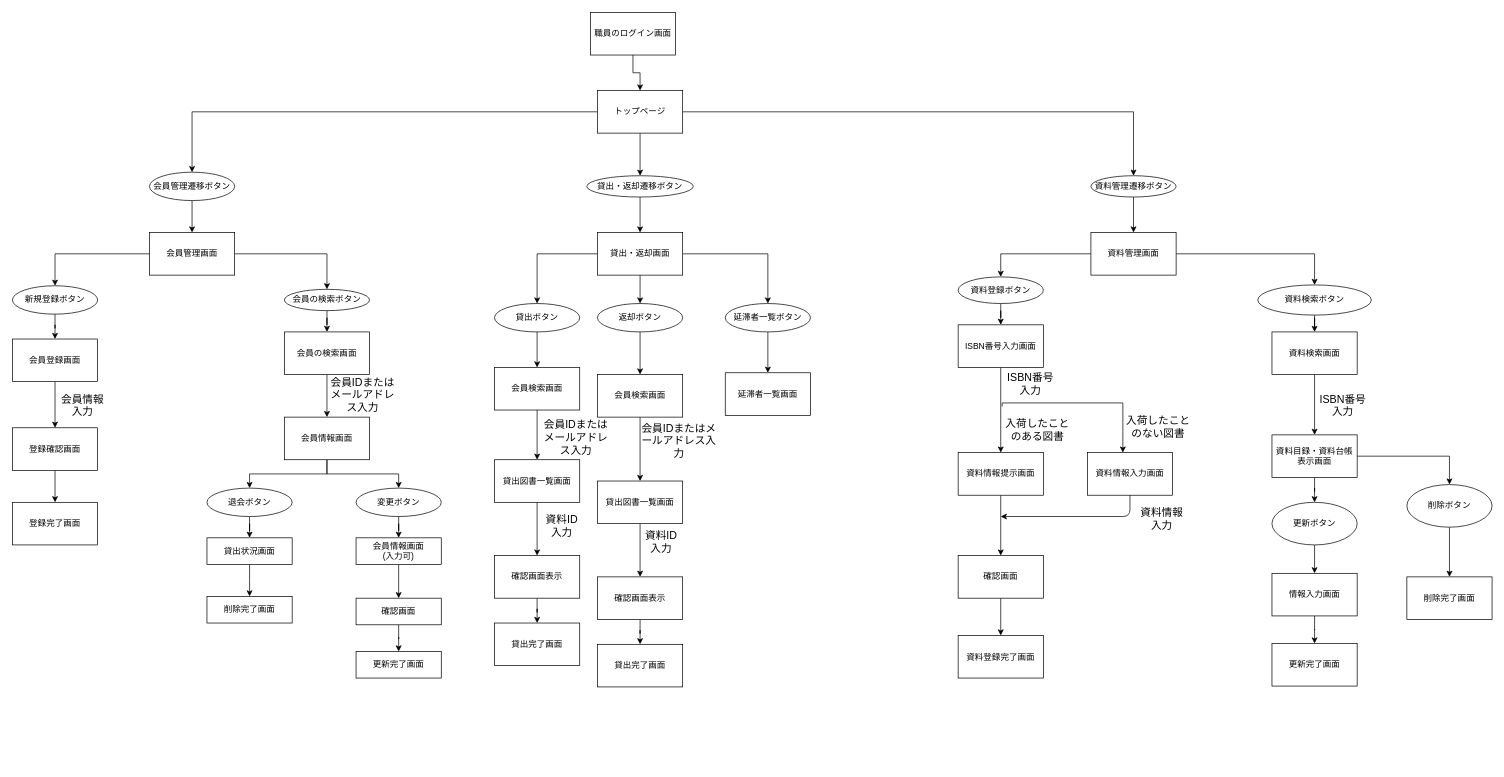
Earlier version of the draw.io diagram 開発演習ドキュメント/図書管理システム/成果物テンプレート/20_外部設計/画面遷移図.drawio (LovesPython/LibraryManagementSystem). Source tidied: cells renumbered, new cells numbered last; positions are measured from the earlier drawing's top-left corner, leaving out a move shared by most shapes. Both pictures are drawn from the tidied source at 71%, with x=0, y=0 at pixel (12, 12).
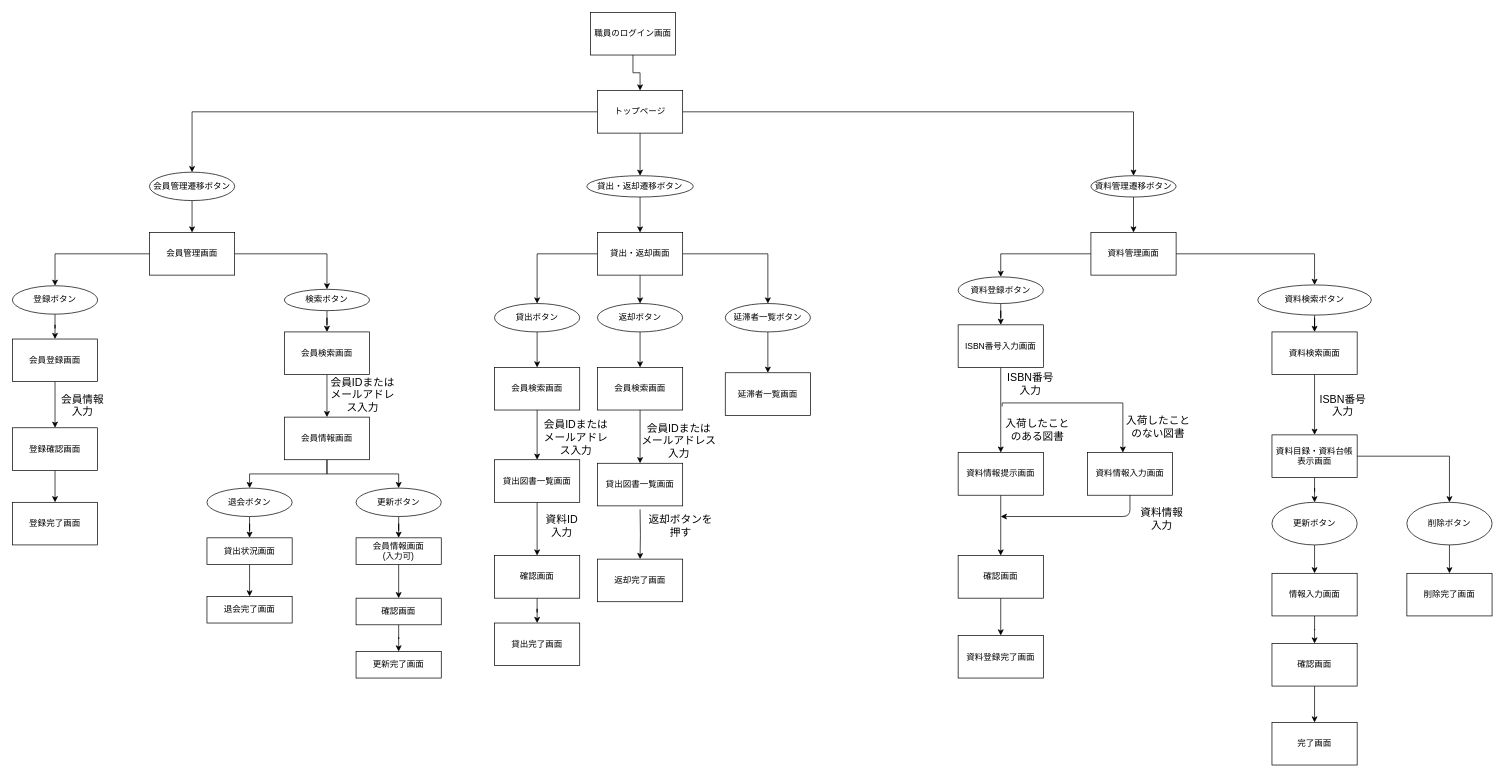
The same page after the edit.

Commit message:
画面遷移図表記修正

What changed in the source:
```diff
@@
-    <mxCell id="9" value="新規登録ボタン" style="ellipse;whiteSpace=wrap;html=1;" parent="1" vertex="1">
+    <mxCell id="9" value="登録ボタン" style="ellipse;whiteSpace=wrap;html=1;" parent="1" vertex="1">
       <mxGeometry y="385" width="120" height="40" as="geometry" />
     </mxCell>
@@
-    <mxCell id="27" value="会員の検索ボタン" style="ellipse;whiteSpace=wrap;html=1;rounded=0;" parent="1" vertex="1">
+    <mxCell id="27" value="検索ボタン" style="ellipse;whiteSpace=wrap;html=1;rounded=0;" parent="1" vertex="1">
       <mxGeometry x="383" y="390" width="120" height="30" as="geometry" />
     </mxCell>
@@
-    <mxCell id="33" value="会員の検索画面" style="whiteSpace=wrap;html=1;rounded=0;" parent="1" vertex="1">
+    <mxCell id="33" value="会員検索画面" style="whiteSpace=wrap;html=1;rounded=0;" parent="1" vertex="1">
       <mxGeometry x="383" y="450" width="120" height="60" as="geometry" />
     </mxCell>
@@
-    <mxCell id="57" value="確認画面表示" style="whiteSpace=wrap;html=1;rounded=0;" parent="1" vertex="1">
+    <mxCell id="57" value="確認画面" style="whiteSpace=wrap;html=1;rounded=0;" parent="1" vertex="1">
       <mxGeometry x="679" y="765" width="120" height="60" as="geometry" />
     </mxCell>
@@
-    <mxCell id="60" style="edgeStyle=orthogonalEdgeStyle;rounded=0;jettySize=auto;html=1;entryX=0.5;entryY=0;entryDx=0;entryDy=0;" parent="1" edge="1" source="61" target="66">
-      <mxGeometry relative="1" as="geometry" />
-    </mxCell>
     <mxCell id="61" value="貸出図書一覧画面" style="whiteSpace=wrap;html=1;rounded=0;" parent="1" vertex="1">
-      <mxGeometry x="824" y="660" width="120" height="60" as="geometry" />
+      <mxGeometry x="824" y="635" width="120" height="60" as="geometry" />
     </mxCell>
@@
     <mxCell id="63" value="会員検索画面" style="whiteSpace=wrap;html=1;rounded=0;" parent="1" vertex="1">
-      <mxGeometry x="824" y="510" width="120" height="60" as="geometry" />
+      <mxGeometry x="824" y="500" width="120" height="60" as="geometry" />
     </mxCell>
-    <mxCell id="64" value="&lt;span style=&quot;font-size: 15px&quot;&gt;会員IDまたはメールアドレス入力&lt;/span&gt;" style="text;html=1;strokeColor=none;fillColor=none;align=center;verticalAlign=middle;whiteSpace=wrap;rounded=0;" parent="1" vertex="1">
+    <mxCell id="64" value="&lt;span style=&quot;font-size: 15px&quot;&gt;会員IDまたは&lt;br&gt;メールアドレス&lt;br&gt;入力&lt;/span&gt;" style="text;html=1;strokeColor=none;fillColor=none;align=center;verticalAlign=middle;whiteSpace=wrap;rounded=0;" parent="1" vertex="1">
       <mxGeometry x="884" y="570" width="110" height="65" as="geometry" />
     </mxCell>
-    <mxCell id="65" style="edgeStyle=orthogonalEdgeStyle;rounded=0;jettySize=auto;html=1;" parent="1" edge="1" source="66" target="68">
-      <mxGeometry relative="1" as="geometry" />
+    <mxCell id="65" style="edgeStyle=orthogonalEdgeStyle;rounded=0;jettySize=auto;html=1;" parent="1" edge="1" target="68">
+      <mxGeometry relative="1" as="geometry">
+        <mxPoint x="884" y="700" as="sourcePoint" />
+      </mxGeometry>
     </mxCell>
-    <mxCell id="66" value="確認画面表示" style="whiteSpace=wrap;html=1;rounded=0;" parent="1" vertex="1">
-      <mxGeometry x="824" y="795" width="120" height="60" as="geometry" />
-    </mxCell>
-    <mxCell id="67" value="&lt;font style=&quot;font-size: 15px&quot;&gt;資料ID入力&lt;/font&gt;" style="text;html=1;strokeColor=none;fillColor=none;align=center;verticalAlign=middle;whiteSpace=wrap;rounded=0;" parent="1" vertex="1">
-      <mxGeometry x="884" y="712.5" width="60" height="65" as="geometry" />
-    </mxCell>
-    <mxCell id="68" value="貸出完了画面" style="whiteSpace=wrap;html=1;rounded=0;" parent="1" vertex="1">
-      <mxGeometry x="824" y="890" width="120" height="60" as="geometry" />
+    <mxCell id="68" value="返却完了画面" style="whiteSpace=wrap;html=1;rounded=0;" parent="1" vertex="1">
+      <mxGeometry x="824" y="770" width="120" height="60" as="geometry" />
     </mxCell>
@@
-    <mxCell id="74" value="変更ボタン" style="ellipse;whiteSpace=wrap;html=1;rounded=0;" parent="1" vertex="1">
+    <mxCell id="74" value="更新ボタン" style="ellipse;whiteSpace=wrap;html=1;rounded=0;" parent="1" vertex="1">
       <mxGeometry x="484" y="670" width="120" height="40" as="geometry" />
     </mxCell>
@@
-    <mxCell id="77" value="削除完了画面" style="whiteSpace=wrap;html=1;rounded=0;" parent="1" vertex="1">
+    <mxCell id="77" value="退会完了画面" style="whiteSpace=wrap;html=1;rounded=0;" parent="1" vertex="1">
       <mxGeometry x="274" y="822.5" width="120" height="37.5" as="geometry" />
     </mxCell>
@@
     <mxCell id="99" value="削除完了画面" style="whiteSpace=wrap;html=1;rounded=0;" parent="1" vertex="1">
-      <mxGeometry x="1964" y="795" width="120" height="60" as="geometry" />
+      <mxGeometry x="1964" y="790" width="120" height="60" as="geometry" />
     </mxCell>
@@
     <mxCell id="101" value="削除ボタン" style="ellipse;whiteSpace=wrap;html=1;rounded=0;" parent="1" vertex="1">
-      <mxGeometry x="1964" y="665" width="120" height="60" as="geometry" />
+      <mxGeometry x="1964" y="690" width="120" height="60" as="geometry" />
     </mxCell>
@@
+    <mxCell id="109" style="edgeStyle=orthogonalEdgeStyle;rounded=0;jettySize=auto;html=1;" parent="1" edge="1" source="104" target="111">
+      <mxGeometry relative="1" as="geometry" />
+    </mxCell>
-    <mxCell id="104" value="更新完了画面" style="whiteSpace=wrap;html=1;rounded=0;" parent="1" vertex="1">
+    <mxCell id="104" value="確認画面" style="whiteSpace=wrap;html=1;rounded=0;" parent="1" vertex="1">
       <mxGeometry x="1774" y="888.8" width="120" height="60" as="geometry" />
     </mxCell>
@@
+    <mxCell id="110" value="&lt;span style=&quot;font-size: 15px&quot;&gt;返却ボタンを押す&lt;/span&gt;" style="text;html=1;strokeColor=none;fillColor=none;align=center;verticalAlign=middle;whiteSpace=wrap;rounded=0;" parent="1" vertex="1">
+      <mxGeometry x="889" y="690" width="105" height="65" as="geometry" />
+    </mxCell>
+    <mxCell id="111" value="完了画面" style="whiteSpace=wrap;html=1;rounded=0;" parent="1" vertex="1">
+      <mxGeometry x="1774" y="1000" width="120" height="60" as="geometry" />
+    </mxCell>
```
